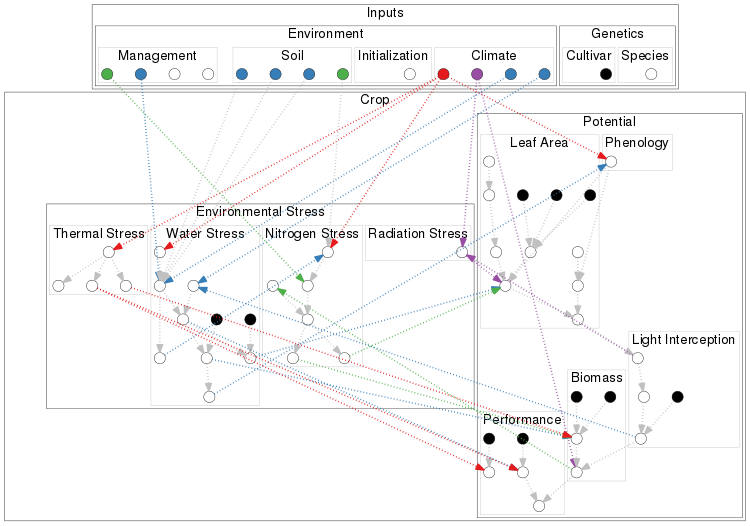
Above: inst/doc/files/structure_nodes.png in picasa/rsunflo (Graphviz), before the change. Its source is kept beside it as inst/doc/files/structure_nodes.dot.
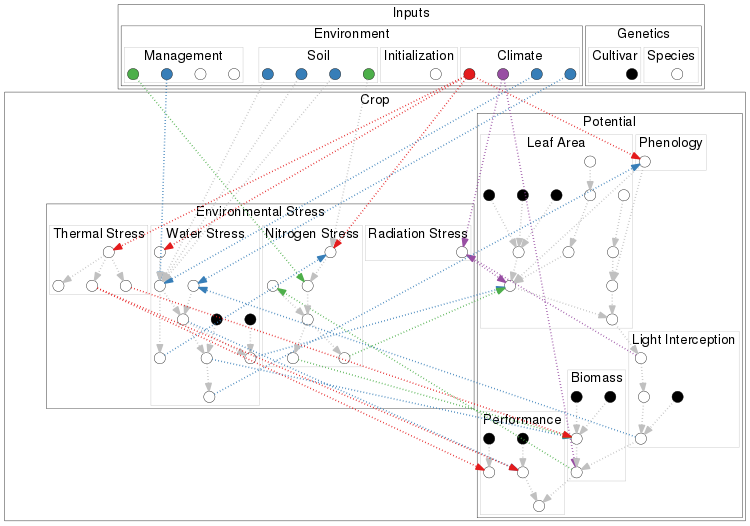
After the change.

What changed in the source:
```diff
@@ -141,6 +141,7 @@
 
 				LeafInitiationTime -> LeafExpansionTime
 				{LeafExpansionTime PotentialLeafArea} -> LeafExpansionRate
+				PotentialLeafDuration -> LeafSenescenceTime
 				LeafSenescenceTime -> LeafSenescenceRate
 				{LeafExpansionRate LeafSenescenceRate} -> LeafArea
 				{rank=same; LeafExpansionTime; LeafSenescenceTime}
```
